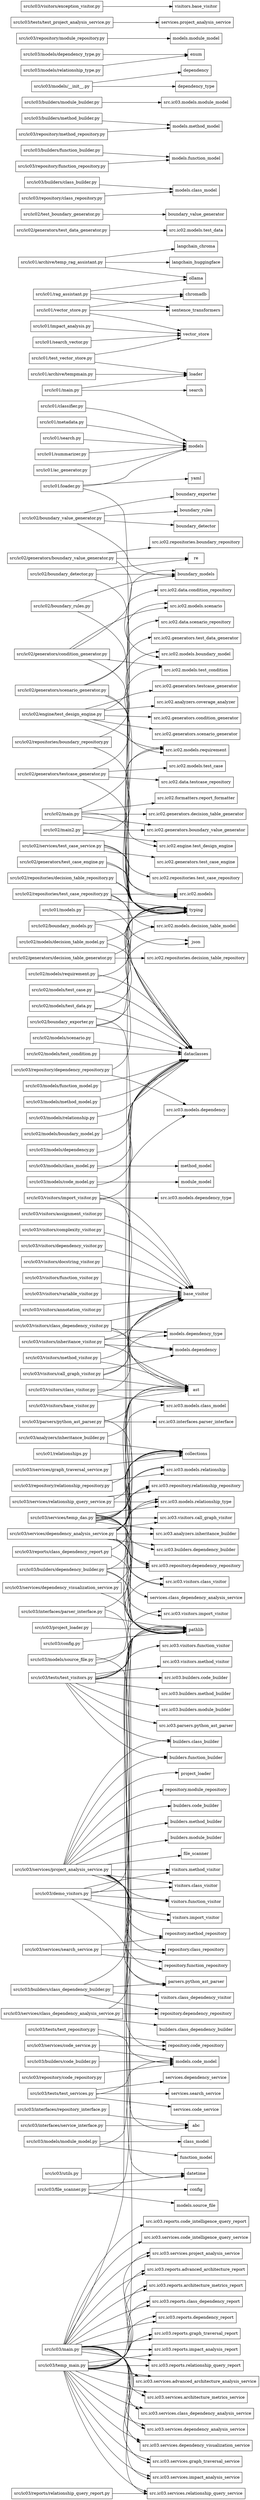
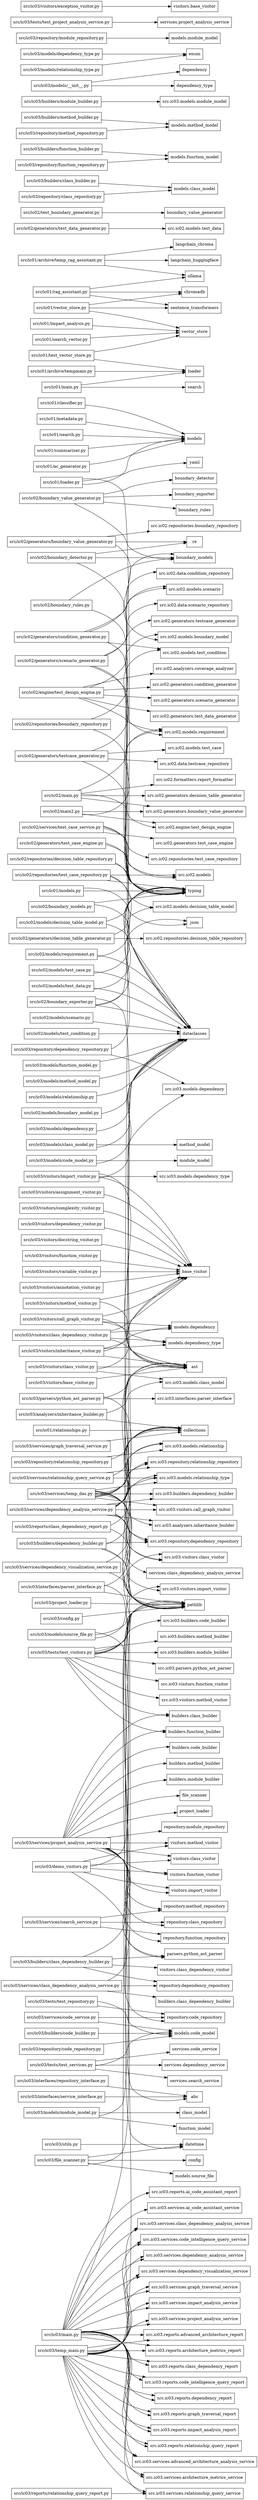
digraph "Module Dependency Graph" {
    rankdir=LR;
    node [shape=box];

    "src/ic01/ac_generator.py" -> "models";
    "src/ic01/archive/temp_rag_assistant.py" -> "langchain_chroma";
    "src/ic01/archive/temp_rag_assistant.py" -> "langchain_huggingface";
    "src/ic01/archive/temp_rag_assistant.py" -> "ollama";
    "src/ic01/archive/tempmain.py" -> "loader";
    "src/ic01/classifier.py" -> "models";
    "src/ic01/impact_analysis.py" -> "vector_store";
    "src/ic01/loader.py" -> "models";
    "src/ic01/loader.py" -> "pathlib";
    "src/ic01/loader.py" -> "yaml";
    "src/ic01/main.py" -> "loader";
    "src/ic01/main.py" -> "search";
    "src/ic01/metadata.py" -> "models";
    "src/ic01/models.py" -> "dataclasses";
    "src/ic01/models.py" -> "typing";
    "src/ic01/rag_assistant.py" -> "chromadb";
    "src/ic01/rag_assistant.py" -> "ollama";
    "src/ic01/rag_assistant.py" -> "sentence_transformers";
    "src/ic01/relationships.py" -> "collections";
    "src/ic01/search.py" -> "models";
    "src/ic01/search_vector.py" -> "vector_store";
    "src/ic01/summarizer.py" -> "models";
    "src/ic01/test_vector_store.py" -> "loader";
    "src/ic01/test_vector_store.py" -> "vector_store";
    "src/ic01/vector_store.py" -> "chromadb";
    "src/ic01/vector_store.py" -> "sentence_transformers";
    "src/ic01/vector_store.py" -> "vector_store";
    "src/ic02/boundary_detector.py" -> "boundary_models";
    "src/ic02/boundary_detector.py" -> "re";
    "src/ic02/boundary_detector.py" -> "typing";
    "src/ic02/boundary_exporter.py" -> "boundary_models";
    "src/ic02/boundary_exporter.py" -> "dataclasses";
    "src/ic02/boundary_exporter.py" -> "json";
    "src/ic02/boundary_exporter.py" -> "pathlib";
    "src/ic02/boundary_models.py" -> "dataclasses";
    "src/ic02/boundary_models.py" -> "typing";
    "src/ic02/boundary_rules.py" -> "boundary_models";
    "src/ic02/boundary_rules.py" -> "typing";
    "src/ic02/boundary_value_generator.py" -> "boundary_detector";
    "src/ic02/boundary_value_generator.py" -> "boundary_exporter";
    "src/ic02/boundary_value_generator.py" -> "boundary_models";
    "src/ic02/boundary_value_generator.py" -> "boundary_rules";
    "src/ic02/engine/test_design_engine.py" -> "src.ic02.analyzers.coverage_analyzer";
    "src/ic02/engine/test_design_engine.py" -> "src.ic02.generators.condition_generator";
    "src/ic02/engine/test_design_engine.py" -> "src.ic02.generators.scenario_generator";
    "src/ic02/engine/test_design_engine.py" -> "src.ic02.generators.test_data_generator";
    "src/ic02/engine/test_design_engine.py" -> "src.ic02.generators.testcase_generator";
    "src/ic02/engine/test_design_engine.py" -> "src.ic02.models.requirement";
    "src/ic02/generators/boundary_value_generator.py" -> "re";
    "src/ic02/generators/boundary_value_generator.py" -> "src.ic02.models.boundary_model";
    "src/ic02/generators/boundary_value_generator.py" -> "src.ic02.repositories.boundary_repository";
    "src/ic02/generators/condition_generator.py" -> "src.ic02.data.condition_repository";
    "src/ic02/generators/condition_generator.py" -> "src.ic02.models.scenario";
    "src/ic02/generators/condition_generator.py" -> "src.ic02.models.test_condition";
    "src/ic02/generators/condition_generator.py" -> "typing";
    "src/ic02/generators/decision_table_generator.py" -> "src.ic02.models.decision_table_model";
    "src/ic02/generators/decision_table_generator.py" -> "src.ic02.repositories.decision_table_repository";
    "src/ic02/generators/scenario_generator.py" -> "src.ic02.data.scenario_repository";
    "src/ic02/generators/scenario_generator.py" -> "src.ic02.models.requirement";
    "src/ic02/generators/scenario_generator.py" -> "src.ic02.models.scenario";
    "src/ic02/generators/scenario_generator.py" -> "typing";
    "src/ic02/generators/test_case_engine.py" -> "src.ic02.models";
    "src/ic02/generators/test_case_engine.py" -> "typing";
    "src/ic02/generators/test_data_generator.py" -> "src.ic02.models.test_data";
    "src/ic02/generators/testcase_generator.py" -> "src.ic02.data.testcase_repository";
    "src/ic02/generators/testcase_generator.py" -> "src.ic02.models.test_case";
    "src/ic02/generators/testcase_generator.py" -> "src.ic02.models.test_condition";
    "src/ic02/generators/testcase_generator.py" -> "typing";
    "src/ic02/main.py" -> "src.ic02.engine.test_design_engine";
    "src/ic02/main.py" -> "src.ic02.formatters.report_formatter";
    "src/ic02/main.py" -> "src.ic02.generators.boundary_value_generator";
    "src/ic02/main.py" -> "src.ic02.generators.decision_table_generator";
    "src/ic02/main.py" -> "src.ic02.models.requirement";
    "src/ic02/main2.py" -> "src.ic02.engine.test_design_engine";
    "src/ic02/main2.py" -> "src.ic02.generators.boundary_value_generator";
    "src/ic02/main2.py" -> "src.ic02.models.requirement";
    "src/ic02/models/boundary_model.py" -> "dataclasses";
    "src/ic02/models/decision_table_model.py" -> "dataclasses";
    "src/ic02/models/decision_table_model.py" -> "typing";
    "src/ic02/models/requirement.py" -> "dataclasses";
    "src/ic02/models/requirement.py" -> "typing";
    "src/ic02/models/scenario.py" -> "dataclasses";
    "src/ic02/models/test_case.py" -> "dataclasses";
    "src/ic02/models/test_case.py" -> "typing";
    "src/ic02/models/test_condition.py" -> "dataclasses";
    "src/ic02/models/test_data.py" -> "dataclasses";
    "src/ic02/models/test_data.py" -> "typing";
    "src/ic02/repositories/boundary_repository.py" -> "src.ic02.models.boundary_model";
    "src/ic02/repositories/boundary_repository.py" -> "typing";
    "src/ic02/repositories/decision_table_repository.py" -> "src.ic02.models.decision_table_model";
    "src/ic02/repositories/decision_table_repository.py" -> "typing";
    "src/ic02/repositories/test_case_repository.py" -> "dataclasses";
    "src/ic02/repositories/test_case_repository.py" -> "json";
    "src/ic02/repositories/test_case_repository.py" -> "src.ic02.models";
    "src/ic02/repositories/test_case_repository.py" -> "typing";
    "src/ic02/services/test_case_service.py" -> "src.ic02.generators.test_case_engine";
    "src/ic02/services/test_case_service.py" -> "src.ic02.models";
    "src/ic02/services/test_case_service.py" -> "src.ic02.repositories.test_case_repository";
    "src/ic02/services/test_case_service.py" -> "typing";
    "src/ic02/test_boundary_generator.py" -> "boundary_value_generator";
    "src/ic03/analyzers/inheritance_builder.py" -> "collections";
    "src/ic03/analyzers/inheritance_builder.py" -> "src.ic03.models.class_model";
    "src/ic03/builders/class_builder.py" -> "models.class_model";
    "src/ic03/builders/class_dependency_builder.py" -> "parsers.python_ast_parser";
    "src/ic03/builders/class_dependency_builder.py" -> "pathlib";
    "src/ic03/builders/class_dependency_builder.py" -> "repository.dependency_repository";
    "src/ic03/builders/class_dependency_builder.py" -> "visitors.class_dependency_visitor";
    "src/ic03/builders/code_builder.py" -> "models.code_model";
    "src/ic03/builders/dependency_builder.py" -> "ast";
    "src/ic03/builders/dependency_builder.py" -> "pathlib";
    "src/ic03/builders/dependency_builder.py" -> "src.ic03.repository.dependency_repository";
    "src/ic03/builders/dependency_builder.py" -> "src.ic03.visitors.import_visitor";
    "src/ic03/builders/function_builder.py" -> "models.function_model";
    "src/ic03/builders/method_builder.py" -> "models.method_model";
    "src/ic03/builders/module_builder.py" -> "src.ic03.models.module_model";
    "src/ic03/config.py" -> "pathlib";
    "src/ic03/demo_visitors.py" -> "parsers.python_ast_parser";
    "src/ic03/demo_visitors.py" -> "pathlib";
    "src/ic03/demo_visitors.py" -> "visitors.class_visitor";
    "src/ic03/demo_visitors.py" -> "visitors.function_visitor";
    "src/ic03/demo_visitors.py" -> "visitors.import_visitor";
    "src/ic03/demo_visitors.py" -> "visitors.method_visitor";
    "src/ic03/file_scanner.py" -> "config";
    "src/ic03/file_scanner.py" -> "datetime";
    "src/ic03/file_scanner.py" -> "models.source_file";
    "src/ic03/file_scanner.py" -> "pathlib";
    "src/ic03/interfaces/parser_interface.py" -> "abc";
    "src/ic03/interfaces/parser_interface.py" -> "ast";
    "src/ic03/interfaces/parser_interface.py" -> "pathlib";
    "src/ic03/interfaces/repository_interface.py" -> "abc";
    "src/ic03/interfaces/service_interface.py" -> "abc";
    "src/ic03/main.py" -> "pathlib";
    "src/ic03/main.py" -> "src.ic03.reports.advanced_architecture_report";
+     "src/ic03/main.py" -> "src.ic03.reports.ai_code_assistant_report";
    "src/ic03/main.py" -> "src.ic03.reports.architecture_metrics_report";
    "src/ic03/main.py" -> "src.ic03.reports.class_dependency_report";
    "src/ic03/main.py" -> "src.ic03.reports.code_intelligence_query_report";
    "src/ic03/main.py" -> "src.ic03.reports.dependency_report";
    "src/ic03/main.py" -> "src.ic03.reports.graph_traversal_report";
    "src/ic03/main.py" -> "src.ic03.reports.impact_analysis_report";
    "src/ic03/main.py" -> "src.ic03.reports.relationship_query_report";
    "src/ic03/main.py" -> "src.ic03.services.advanced_architecture_analysis_service";
+     "src/ic03/main.py" -> "src.ic03.services.ai_code_assistant_service";
    "src/ic03/main.py" -> "src.ic03.services.architecture_metrics_service";
    "src/ic03/main.py" -> "src.ic03.services.class_dependency_analysis_service";
    "src/ic03/main.py" -> "src.ic03.services.code_intelligence_query_service";
    "src/ic03/main.py" -> "src.ic03.services.dependency_analysis_service";
    "src/ic03/main.py" -> "src.ic03.services.dependency_visualization_service";
    "src/ic03/main.py" -> "src.ic03.services.graph_traversal_service";
    "src/ic03/main.py" -> "src.ic03.services.impact_analysis_service";
    "src/ic03/main.py" -> "src.ic03.services.project_analysis_service";
    "src/ic03/main.py" -> "src.ic03.services.relationship_query_service";
    "src/ic03/models/__init__.py" -> "dependency";
    "src/ic03/models/__init__.py" -> "dependency_type";
    "src/ic03/models/class_model.py" -> "dataclasses";
    "src/ic03/models/class_model.py" -> "method_model";
    "src/ic03/models/code_model.py" -> "dataclasses";
    "src/ic03/models/code_model.py" -> "module_model";
    "src/ic03/models/dependency.py" -> "dataclasses";
    "src/ic03/models/dependency_type.py" -> "enum";
    "src/ic03/models/function_model.py" -> "dataclasses";
    "src/ic03/models/method_model.py" -> "dataclasses";
    "src/ic03/models/module_model.py" -> "class_model";
    "src/ic03/models/module_model.py" -> "dataclasses";
    "src/ic03/models/module_model.py" -> "function_model";
    "src/ic03/models/relationship.py" -> "dataclasses";
    "src/ic03/models/relationship_type.py" -> "enum";
    "src/ic03/models/source_file.py" -> "dataclasses";
    "src/ic03/models/source_file.py" -> "datetime";
    "src/ic03/models/source_file.py" -> "pathlib";
    "src/ic03/parsers/python_ast_parser.py" -> "ast";
    "src/ic03/parsers/python_ast_parser.py" -> "pathlib";
    "src/ic03/parsers/python_ast_parser.py" -> "src.ic03.interfaces.parser_interface";
    "src/ic03/project_loader.py" -> "pathlib";
    "src/ic03/reports/class_dependency_report.py" -> "collections";
    "src/ic03/reports/class_dependency_report.py" -> "services.class_dependency_analysis_service";
    "src/ic03/reports/relationship_query_report.py" -> "src.ic03.services.relationship_query_service";
    "src/ic03/repository/class_repository.py" -> "models.class_model";
    "src/ic03/repository/code_repository.py" -> "models.code_model";
    "src/ic03/repository/dependency_repository.py" -> "src.ic03.models.dependency";
    "src/ic03/repository/dependency_repository.py" -> "typing";
    "src/ic03/repository/function_repository.py" -> "models.function_model";
    "src/ic03/repository/method_repository.py" -> "models.method_model";
    "src/ic03/repository/module_repository.py" -> "models.module_model";
    "src/ic03/repository/relationship_repository.py" -> "collections";
    "src/ic03/repository/relationship_repository.py" -> "src.ic03.models.relationship";
    "src/ic03/services/class_dependency_analysis_service.py" -> "builders.class_dependency_builder";
    "src/ic03/services/class_dependency_analysis_service.py" -> "pathlib";
    "src/ic03/services/class_dependency_analysis_service.py" -> "repository.dependency_repository";
    "src/ic03/services/code_service.py" -> "models.code_model";
    "src/ic03/services/code_service.py" -> "repository.code_repository";
    "src/ic03/services/dependency_analysis_service.py" -> "ast";
    "src/ic03/services/dependency_analysis_service.py" -> "collections";
    "src/ic03/services/dependency_analysis_service.py" -> "pathlib";
    "src/ic03/services/dependency_analysis_service.py" -> "src.ic03.analyzers.inheritance_builder";
    "src/ic03/services/dependency_analysis_service.py" -> "src.ic03.builders.dependency_builder";
    "src/ic03/services/dependency_analysis_service.py" -> "src.ic03.models.relationship";
    "src/ic03/services/dependency_analysis_service.py" -> "src.ic03.models.relationship_type";
    "src/ic03/services/dependency_analysis_service.py" -> "src.ic03.repository.dependency_repository";
    "src/ic03/services/dependency_analysis_service.py" -> "src.ic03.repository.relationship_repository";
    "src/ic03/services/dependency_analysis_service.py" -> "src.ic03.visitors.call_graph_visitor";
    "src/ic03/services/dependency_analysis_service.py" -> "src.ic03.visitors.class_visitor";
    "src/ic03/services/dependency_visualization_service.py" -> "pathlib";
    "src/ic03/services/dependency_visualization_service.py" -> "src.ic03.models.relationship_type";
    "src/ic03/services/graph_traversal_service.py" -> "collections";
    "src/ic03/services/project_analysis_service.py" -> "builders.class_builder";
    "src/ic03/services/project_analysis_service.py" -> "builders.code_builder";
    "src/ic03/services/project_analysis_service.py" -> "builders.function_builder";
    "src/ic03/services/project_analysis_service.py" -> "builders.method_builder";
    "src/ic03/services/project_analysis_service.py" -> "builders.module_builder";
    "src/ic03/services/project_analysis_service.py" -> "file_scanner";
    "src/ic03/services/project_analysis_service.py" -> "parsers.python_ast_parser";
    "src/ic03/services/project_analysis_service.py" -> "project_loader";
    "src/ic03/services/project_analysis_service.py" -> "repository.class_repository";
    "src/ic03/services/project_analysis_service.py" -> "repository.code_repository";
    "src/ic03/services/project_analysis_service.py" -> "repository.function_repository";
    "src/ic03/services/project_analysis_service.py" -> "repository.method_repository";
    "src/ic03/services/project_analysis_service.py" -> "repository.module_repository";
    "src/ic03/services/project_analysis_service.py" -> "visitors.class_visitor";
    "src/ic03/services/project_analysis_service.py" -> "visitors.function_visitor";
    "src/ic03/services/project_analysis_service.py" -> "visitors.import_visitor";
    "src/ic03/services/project_analysis_service.py" -> "visitors.method_visitor";
    "src/ic03/services/relationship_query_service.py" -> "collections";
    "src/ic03/services/relationship_query_service.py" -> "src.ic03.models.relationship_type";
    "src/ic03/services/relationship_query_service.py" -> "src.ic03.repository.relationship_repository";
    "src/ic03/services/search_service.py" -> "repository.class_repository";
    "src/ic03/services/search_service.py" -> "repository.function_repository";
    "src/ic03/services/search_service.py" -> "repository.method_repository";
    "src/ic03/services/temp_das.py" -> "ast";
    "src/ic03/services/temp_das.py" -> "collections";
    "src/ic03/services/temp_das.py" -> "pathlib";
    "src/ic03/services/temp_das.py" -> "src.ic03.analyzers.inheritance_builder";
    "src/ic03/services/temp_das.py" -> "src.ic03.builders.dependency_builder";
    "src/ic03/services/temp_das.py" -> "src.ic03.models.relationship";
    "src/ic03/services/temp_das.py" -> "src.ic03.models.relationship_type";
    "src/ic03/services/temp_das.py" -> "src.ic03.repository.dependency_repository";
    "src/ic03/services/temp_das.py" -> "src.ic03.repository.relationship_repository";
    "src/ic03/services/temp_das.py" -> "src.ic03.visitors.call_graph_visitor";
    "src/ic03/services/temp_das.py" -> "src.ic03.visitors.class_visitor";
    "src/ic03/temp_main.py" -> "pathlib";
    "src/ic03/temp_main.py" -> "src.ic03.reports.advanced_architecture_report";
    "src/ic03/temp_main.py" -> "src.ic03.reports.architecture_metrics_report";
    "src/ic03/temp_main.py" -> "src.ic03.reports.class_dependency_report";
+     "src/ic03/temp_main.py" -> "src.ic03.reports.code_intelligence_query_report";
    "src/ic03/temp_main.py" -> "src.ic03.reports.dependency_report";
    "src/ic03/temp_main.py" -> "src.ic03.reports.graph_traversal_report";
    "src/ic03/temp_main.py" -> "src.ic03.reports.impact_analysis_report";
    "src/ic03/temp_main.py" -> "src.ic03.reports.relationship_query_report";
    "src/ic03/temp_main.py" -> "src.ic03.services.advanced_architecture_analysis_service";
    "src/ic03/temp_main.py" -> "src.ic03.services.architecture_metrics_service";
    "src/ic03/temp_main.py" -> "src.ic03.services.class_dependency_analysis_service";
+     "src/ic03/temp_main.py" -> "src.ic03.services.code_intelligence_query_service";
    "src/ic03/temp_main.py" -> "src.ic03.services.dependency_analysis_service";
    "src/ic03/temp_main.py" -> "src.ic03.services.dependency_visualization_service";
    "src/ic03/temp_main.py" -> "src.ic03.services.graph_traversal_service";
    "src/ic03/temp_main.py" -> "src.ic03.services.impact_analysis_service";
    "src/ic03/temp_main.py" -> "src.ic03.services.project_analysis_service";
    "src/ic03/temp_main.py" -> "src.ic03.services.relationship_query_service";
    "src/ic03/tests/test_project_analysis_service.py" -> "services.project_analysis_service";
    "src/ic03/tests/test_repository.py" -> "models.code_model";
    "src/ic03/tests/test_repository.py" -> "repository.code_repository";
    "src/ic03/tests/test_services.py" -> "models.code_model";
    "src/ic03/tests/test_services.py" -> "services.code_service";
    "src/ic03/tests/test_services.py" -> "services.dependency_service";
    "src/ic03/tests/test_services.py" -> "services.search_service";
    "src/ic03/tests/test_visitors.py" -> "builders.class_builder";
    "src/ic03/tests/test_visitors.py" -> "builders.function_builder";
    "src/ic03/tests/test_visitors.py" -> "pathlib";
    "src/ic03/tests/test_visitors.py" -> "src.ic03.builders.code_builder";
    "src/ic03/tests/test_visitors.py" -> "src.ic03.builders.method_builder";
    "src/ic03/tests/test_visitors.py" -> "src.ic03.builders.module_builder";
    "src/ic03/tests/test_visitors.py" -> "src.ic03.parsers.python_ast_parser";
    "src/ic03/tests/test_visitors.py" -> "src.ic03.visitors.class_visitor";
    "src/ic03/tests/test_visitors.py" -> "src.ic03.visitors.function_visitor";
    "src/ic03/tests/test_visitors.py" -> "src.ic03.visitors.import_visitor";
    "src/ic03/tests/test_visitors.py" -> "src.ic03.visitors.method_visitor";
    "src/ic03/utils.py" -> "datetime";
    "src/ic03/visitors/annotation_visitor.py" -> "base_visitor";
    "src/ic03/visitors/assignment_visitor.py" -> "base_visitor";
    "src/ic03/visitors/base_visitor.py" -> "ast";
    "src/ic03/visitors/call_graph_visitor.py" -> "ast";
    "src/ic03/visitors/call_graph_visitor.py" -> "base_visitor";
    "src/ic03/visitors/call_graph_visitor.py" -> "models.dependency";
    "src/ic03/visitors/call_graph_visitor.py" -> "models.dependency_type";
    "src/ic03/visitors/class_dependency_visitor.py" -> "ast";
    "src/ic03/visitors/class_dependency_visitor.py" -> "base_visitor";
    "src/ic03/visitors/class_dependency_visitor.py" -> "models.dependency";
    "src/ic03/visitors/class_dependency_visitor.py" -> "models.dependency_type";
    "src/ic03/visitors/class_visitor.py" -> "ast";
    "src/ic03/visitors/class_visitor.py" -> "base_visitor";
    "src/ic03/visitors/class_visitor.py" -> "src.ic03.models.class_model";
    "src/ic03/visitors/complexity_visitor.py" -> "base_visitor";
    "src/ic03/visitors/dependency_visitor.py" -> "base_visitor";
    "src/ic03/visitors/docstring_visitor.py" -> "base_visitor";
    "src/ic03/visitors/exception_visitor.py" -> "visitors.base_visitor";
    "src/ic03/visitors/function_visitor.py" -> "base_visitor";
    "src/ic03/visitors/import_visitor.py" -> "ast";
    "src/ic03/visitors/import_visitor.py" -> "base_visitor";
    "src/ic03/visitors/import_visitor.py" -> "src.ic03.models.dependency";
    "src/ic03/visitors/import_visitor.py" -> "src.ic03.models.dependency_type";
    "src/ic03/visitors/inheritance_visitor.py" -> "ast";
    "src/ic03/visitors/inheritance_visitor.py" -> "base_visitor";
    "src/ic03/visitors/inheritance_visitor.py" -> "models.dependency";
    "src/ic03/visitors/inheritance_visitor.py" -> "models.dependency_type";
    "src/ic03/visitors/method_visitor.py" -> "ast";
    "src/ic03/visitors/method_visitor.py" -> "base_visitor";
    "src/ic03/visitors/variable_visitor.py" -> "base_visitor";
}
